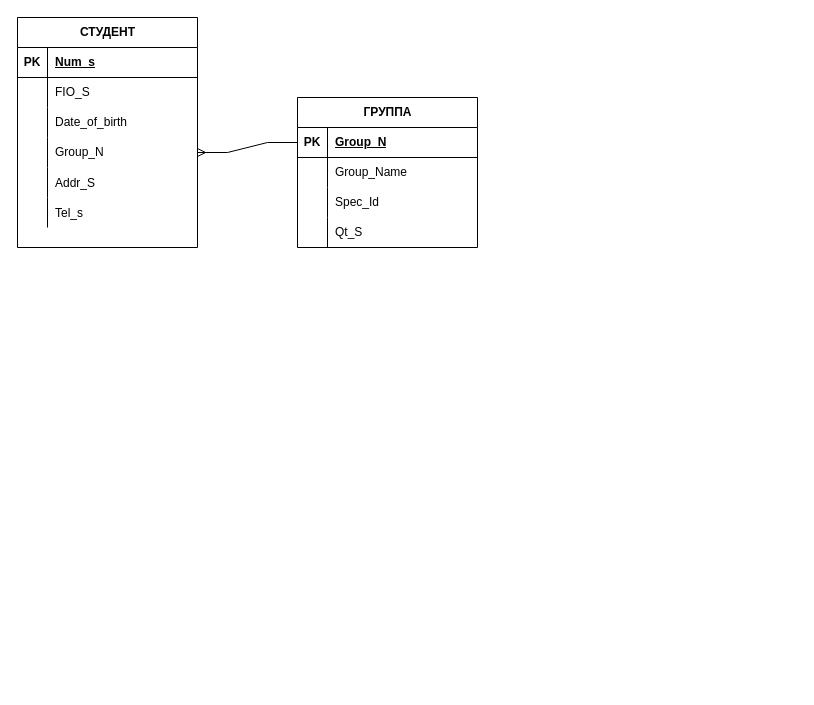
This is Untitled Diagram.drawio from hc7/T2024, a draw.io file, before an edit. Source tidied: cells renumbered, new cells numbered last; positions are measured from the earlier drawing's top-left corner, leaving out a move shared by most shapes. Both pictures are drawn from the tidied source at 100%, with x=0, y=0 at pixel (17, 17).
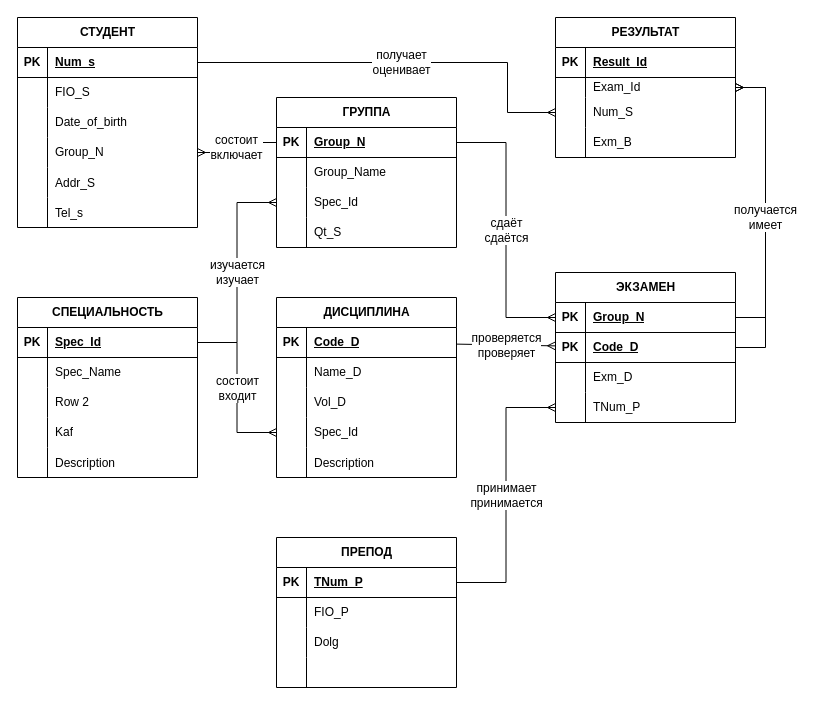
The same page after the edit.

The change refers to these unchanged cells:
```xml
<mxCell id="3" style="shape=tableRow;horizontal=0;startSize=0;swimlaneHead=0;swimlaneBody=0;fillColor=none;points=[[0,0.5],[1,0.5]];portConstraint=eastwest;top=0;left=0;right=0;bottom=1;" parent="2" vertex="1">
  <mxGeometry y="30" width="180" height="30" as="geometry" />
</mxCell>
<mxCell id="12" style="shape=tableRow;horizontal=0;startSize=0;swimlaneHead=0;swimlaneBody=0;fillColor=none;points=[[0,0.5],[1,0.5]];portConstraint=eastwest;top=0;left=0;right=0;bottom=0;" parent="2" vertex="1">
  <mxGeometry y="120" width="180" height="30" as="geometry" />
</mxCell>
<mxCell id="22" style="shape=tableRow;horizontal=0;startSize=0;swimlaneHead=0;swimlaneBody=0;fillColor=none;points=[[0,0.5],[1,0.5]];portConstraint=eastwest;top=0;left=0;right=0;bottom=1;" parent="21" vertex="1">
  <mxGeometry y="30" width="180" height="30" as="geometry" />
</mxCell>
<mxCell id="28" style="shape=tableRow;horizontal=0;startSize=0;swimlaneHead=0;swimlaneBody=0;fillColor=none;points=[[0,0.5],[1,0.5]];portConstraint=eastwest;top=0;left=0;right=0;bottom=0;" parent="21" vertex="1">
  <mxGeometry y="90" width="180" height="30" as="geometry" />
</mxCell>
```

Change to the diagram source:
```diff
@@
     <mxCell id="2" value="СТУДЕНТ" style="shape=table;startSize=30;childLayout=tableLayout;rowLines=0;fontStyle=1;align=center;html=1;" parent="1" vertex="1">
-      <mxGeometry width="180" height="230" as="geometry" />
+      <mxGeometry width="180" height="210" as="geometry" />
     </mxCell>
@@
     <mxCell id="21" value="ГРУППА" style="shape=table;startSize=30;childLayout=tableLayout;rowLines=0;fontStyle=1;align=center;html=1;" parent="1" vertex="1">
-      <mxGeometry x="280" y="80" width="180" height="150" as="geometry" />
+      <mxGeometry x="259" y="80" width="180" height="150" as="geometry" />
     </mxCell>
@@
-    <mxCell id="34" style="edgeStyle=entityRelationEdgeStyle;fontSize=12;html=1;endArrow=ERmany;rounded=0;" parent="1" edge="1" source="22" target="12">
+    <mxCell id="34" value="состоит&lt;div&gt;включает&lt;/div&gt;" style="edgeStyle=entityRelationEdgeStyle;fontSize=12;html=1;endArrow=ERmany;rounded=0;" parent="1" edge="1" source="22" target="12">
       <mxGeometry relative="1" as="geometry" />
     </mxCell>
+    <mxCell id="35" value="СПЕЦИАЛЬНОСТЬ" style="shape=table;startSize=30;childLayout=tableLayout;rowLines=0;fontStyle=1;align=center;html=1;" parent="1" vertex="1">
+      <mxGeometry y="280" width="180" height="180" as="geometry" />
+    </mxCell>
+    <mxCell id="36" style="shape=tableRow;horizontal=0;startSize=0;swimlaneHead=0;swimlaneBody=0;fillColor=none;points=[[0,0.5],[1,0.5]];portConstraint=eastwest;top=0;left=0;right=0;bottom=1;" parent="35" vertex="1">
+      <mxGeometry y="30" width="180" height="30" as="geometry" />
+    </mxCell>
+    <mxCell id="37" value="PK" style="shape=partialRectangle;fillColor=none;top=0;left=0;bottom=0;right=0;fontStyle=1;overflow=hidden;whiteSpace=wrap;html=1;" parent="36" vertex="1">
+      <mxGeometry width="30" height="30" as="geometry" />
+    </mxCell>
+    <mxCell id="38" value="Spec_Id" style="shape=partialRectangle;fillColor=none;top=0;left=0;bottom=0;right=0;align=left;spacingLeft=6;fontStyle=5;overflow=hidden;whiteSpace=wrap;html=1;" parent="36" vertex="1">
+      <mxGeometry x="30" width="150" height="30" as="geometry" />
+    </mxCell>
+    <mxCell id="39" style="shape=tableRow;horizontal=0;startSize=0;swimlaneHead=0;swimlaneBody=0;fillColor=none;top=0;left=0;right=0;bottom=0;" parent="35" vertex="1">
+      <mxGeometry y="60" width="180" height="30" as="geometry" />
+    </mxCell>
+    <mxCell id="40" style="shape=partialRectangle;fillColor=none;top=0;left=0;bottom=0;right=0;overflow=hidden;whiteSpace=wrap;html=1;" parent="39" vertex="1">
+      <mxGeometry width="30" height="30" as="geometry" />
+    </mxCell>
+    <mxCell id="41" value="Spec_Name" style="shape=partialRectangle;fillColor=none;top=0;left=0;bottom=0;right=0;align=left;spacingLeft=6;overflow=hidden;whiteSpace=wrap;html=1;" parent="39" vertex="1">
+      <mxGeometry x="30" width="150" height="30" as="geometry" />
+    </mxCell>
+    <mxCell id="42" style="shape=tableRow;horizontal=0;startSize=0;swimlaneHead=0;swimlaneBody=0;fillColor=none;top=0;left=0;right=0;bottom=0;" parent="35" vertex="1">
+      <mxGeometry y="90" width="180" height="30" as="geometry" />
+    </mxCell>
+    <mxCell id="43" style="shape=partialRectangle;fillColor=none;top=0;left=0;bottom=0;right=0;overflow=hidden;whiteSpace=wrap;html=1;" parent="42" vertex="1">
+      <mxGeometry width="30" height="30" as="geometry" />
+    </mxCell>
+    <mxCell id="44" value="Row 2" style="shape=partialRectangle;fillColor=none;top=0;left=0;bottom=0;right=0;align=left;spacingLeft=6;overflow=hidden;whiteSpace=wrap;html=1;" parent="42" vertex="1">
+      <mxGeometry x="30" width="150" height="30" as="geometry" />
+    </mxCell>
+    <mxCell id="45" style="shape=tableRow;horizontal=0;startSize=0;swimlaneHead=0;swimlaneBody=0;fillColor=none;top=0;left=0;right=0;bottom=0;" parent="35" vertex="1">
+      <mxGeometry y="120" width="180" height="30" as="geometry" />
+    </mxCell>
+    <mxCell id="46" style="shape=partialRectangle;fillColor=none;top=0;left=0;bottom=0;right=0;overflow=hidden;whiteSpace=wrap;html=1;" parent="45" vertex="1">
+      <mxGeometry width="30" height="30" as="geometry" />
+    </mxCell>
+    <mxCell id="47" value="Kaf" style="shape=partialRectangle;fillColor=none;top=0;left=0;bottom=0;right=0;align=left;spacingLeft=6;overflow=hidden;whiteSpace=wrap;html=1;" parent="45" vertex="1">
+      <mxGeometry x="30" width="150" height="30" as="geometry" />
+    </mxCell>
+    <mxCell id="48" style="shape=tableRow;horizontal=0;startSize=0;swimlaneHead=0;swimlaneBody=0;fillColor=none;top=0;left=0;right=0;bottom=0;" parent="35" vertex="1">
+      <mxGeometry y="150" width="180" height="30" as="geometry" />
+    </mxCell>
+    <mxCell id="49" style="shape=partialRectangle;fillColor=none;top=0;left=0;bottom=0;right=0;overflow=hidden;" parent="48" vertex="1">
+      <mxGeometry width="30" height="30" as="geometry" />
+    </mxCell>
+    <mxCell id="50" value="Description" style="shape=partialRectangle;fillColor=none;top=0;left=0;bottom=0;right=0;align=left;spacingLeft=6;overflow=hidden;" parent="48" vertex="1">
+      <mxGeometry x="30" width="150" height="30" as="geometry" />
+    </mxCell>
+    <mxCell id="51" value="изучается&lt;div&gt;изучает&lt;/div&gt;" style="edgeStyle=orthogonalEdgeStyle;fontSize=12;html=1;endArrow=ERmany;rounded=0;" parent="1" edge="1" source="36" target="28">
+      <mxGeometry relative="1" as="geometry" />
+    </mxCell>
+    <mxCell id="52" value="ДИСЦИПЛИНА" style="shape=table;startSize=30;childLayout=tableLayout;rowLines=0;fontStyle=1;align=center;html=1;" parent="1" vertex="1">
+      <mxGeometry x="259" y="280" width="180" height="180" as="geometry" />
+    </mxCell>
+    <mxCell id="53" style="shape=tableRow;horizontal=0;startSize=0;swimlaneHead=0;swimlaneBody=0;fillColor=none;points=[[0,0.5],[1,0.5]];portConstraint=eastwest;top=0;left=0;right=0;bottom=1;" parent="52" vertex="1">
+      <mxGeometry y="30" width="180" height="30" as="geometry" />
+    </mxCell>
+    <mxCell id="54" value="PK" style="shape=partialRectangle;fillColor=none;top=0;left=0;bottom=0;right=0;fontStyle=1;overflow=hidden;whiteSpace=wrap;html=1;" parent="53" vertex="1">
+      <mxGeometry width="30" height="30" as="geometry" />
+    </mxCell>
+    <mxCell id="55" value="Code_D" style="shape=partialRectangle;fillColor=none;top=0;left=0;bottom=0;right=0;align=left;spacingLeft=6;fontStyle=5;overflow=hidden;whiteSpace=wrap;html=1;" parent="53" vertex="1">
+      <mxGeometry x="30" width="150" height="30" as="geometry" />
+    </mxCell>
+    <mxCell id="56" style="shape=tableRow;horizontal=0;startSize=0;swimlaneHead=0;swimlaneBody=0;fillColor=none;top=0;left=0;right=0;bottom=0;" parent="52" vertex="1">
+      <mxGeometry y="60" width="180" height="30" as="geometry" />
+    </mxCell>
+    <mxCell id="57" style="shape=partialRectangle;fillColor=none;top=0;left=0;bottom=0;right=0;overflow=hidden;whiteSpace=wrap;html=1;" parent="56" vertex="1">
+      <mxGeometry width="30" height="30" as="geometry" />
+    </mxCell>
+    <mxCell id="58" value="Name_D" style="shape=partialRectangle;fillColor=none;top=0;left=0;bottom=0;right=0;align=left;spacingLeft=6;overflow=hidden;whiteSpace=wrap;html=1;" parent="56" vertex="1">
+      <mxGeometry x="30" width="150" height="30" as="geometry" />
+    </mxCell>
+    <mxCell id="59" style="shape=tableRow;horizontal=0;startSize=0;swimlaneHead=0;swimlaneBody=0;fillColor=none;top=0;left=0;right=0;bottom=0;" parent="52" vertex="1">
+      <mxGeometry y="90" width="180" height="30" as="geometry" />
+    </mxCell>
+    <mxCell id="60" style="shape=partialRectangle;fillColor=none;top=0;left=0;bottom=0;right=0;overflow=hidden;whiteSpace=wrap;html=1;" parent="59" vertex="1">
+      <mxGeometry width="30" height="30" as="geometry" />
+    </mxCell>
+    <mxCell id="61" value="Vol_D" style="shape=partialRectangle;fillColor=none;top=0;left=0;bottom=0;right=0;align=left;spacingLeft=6;overflow=hidden;whiteSpace=wrap;html=1;" parent="59" vertex="1">
+      <mxGeometry x="30" width="150" height="30" as="geometry" />
+    </mxCell>
+    <mxCell id="62" style="shape=tableRow;horizontal=0;startSize=0;swimlaneHead=0;swimlaneBody=0;fillColor=none;points=[[0,0.5],[1,0.5]];portConstraint=eastwest;top=0;left=0;right=0;bottom=0;" parent="52" vertex="1">
+      <mxGeometry y="120" width="180" height="30" as="geometry" />
+    </mxCell>
+    <mxCell id="63" style="shape=partialRectangle;fillColor=none;top=0;left=0;bottom=0;right=0;overflow=hidden;whiteSpace=wrap;html=1;" parent="62" vertex="1">
+      <mxGeometry width="30" height="30" as="geometry" />
+    </mxCell>
+    <mxCell id="64" value="Spec_Id" style="shape=partialRectangle;fillColor=none;top=0;left=0;bottom=0;right=0;align=left;spacingLeft=6;overflow=hidden;whiteSpace=wrap;html=1;" parent="62" vertex="1">
+      <mxGeometry x="30" width="150" height="30" as="geometry" />
+    </mxCell>
+    <mxCell id="65" style="shape=tableRow;horizontal=0;startSize=0;swimlaneHead=0;swimlaneBody=0;fillColor=none;top=0;left=0;right=0;bottom=0;" parent="52" vertex="1">
+      <mxGeometry y="150" width="180" height="30" as="geometry" />
+    </mxCell>
+    <mxCell id="66" style="shape=partialRectangle;fillColor=none;top=0;left=0;bottom=0;right=0;overflow=hidden;" parent="65" vertex="1">
+      <mxGeometry width="30" height="30" as="geometry" />
+    </mxCell>
+    <mxCell id="67" value="Description" style="shape=partialRectangle;fillColor=none;top=0;left=0;bottom=0;right=0;align=left;spacingLeft=6;overflow=hidden;" parent="65" vertex="1">
+      <mxGeometry x="30" width="150" height="30" as="geometry" />
+    </mxCell>
+    <mxCell id="68" value="состоит&lt;div&gt;входит&lt;/div&gt;" style="edgeStyle=orthogonalEdgeStyle;fontSize=12;html=1;endArrow=ERmany;rounded=0;" parent="1" edge="1" source="36" target="62">
+      <mxGeometry relative="1" as="geometry" />
+    </mxCell>
+    <mxCell id="69" value="ПРЕПОД" style="shape=table;startSize=30;childLayout=tableLayout;rowLines=0;fontStyle=1;align=center;html=1;" parent="1" vertex="1">
+      <mxGeometry x="259" y="520" width="180" height="150" as="geometry" />
+    </mxCell>
+    <mxCell id="70" style="shape=tableRow;horizontal=0;startSize=0;swimlaneHead=0;swimlaneBody=0;fillColor=none;points=[[0,0.5],[1,0.5]];portConstraint=eastwest;top=0;left=0;right=0;bottom=1;" parent="69" vertex="1">
+      <mxGeometry y="30" width="180" height="30" as="geometry" />
+    </mxCell>
+    <mxCell id="71" value="PK" style="shape=partialRectangle;fillColor=none;top=0;left=0;bottom=0;right=0;fontStyle=1;overflow=hidden;whiteSpace=wrap;html=1;" parent="70" vertex="1">
+      <mxGeometry width="30" height="30" as="geometry" />
+    </mxCell>
+    <mxCell id="72" value="TNum_P" style="shape=partialRectangle;fillColor=none;top=0;left=0;bottom=0;right=0;align=left;spacingLeft=6;fontStyle=5;overflow=hidden;whiteSpace=wrap;html=1;" parent="70" vertex="1">
+      <mxGeometry x="30" width="150" height="30" as="geometry" />
+    </mxCell>
+    <mxCell id="73" style="shape=tableRow;horizontal=0;startSize=0;swimlaneHead=0;swimlaneBody=0;fillColor=none;top=0;left=0;right=0;bottom=0;" parent="69" vertex="1">
+      <mxGeometry y="60" width="180" height="30" as="geometry" />
+    </mxCell>
+    <mxCell id="74" style="shape=partialRectangle;fillColor=none;top=0;left=0;bottom=0;right=0;overflow=hidden;whiteSpace=wrap;html=1;" parent="73" vertex="1">
+      <mxGeometry width="30" height="30" as="geometry" />
+    </mxCell>
+    <mxCell id="75" value="FIO_P" style="shape=partialRectangle;fillColor=none;top=0;left=0;bottom=0;right=0;align=left;spacingLeft=6;overflow=hidden;whiteSpace=wrap;html=1;" parent="73" vertex="1">
+      <mxGeometry x="30" width="150" height="30" as="geometry" />
+    </mxCell>
+    <mxCell id="76" style="shape=tableRow;horizontal=0;startSize=0;swimlaneHead=0;swimlaneBody=0;fillColor=none;top=0;left=0;right=0;bottom=0;" parent="69" vertex="1">
+      <mxGeometry y="90" width="180" height="30" as="geometry" />
+    </mxCell>
+    <mxCell id="77" style="shape=partialRectangle;fillColor=none;top=0;left=0;bottom=0;right=0;overflow=hidden;whiteSpace=wrap;html=1;" parent="76" vertex="1">
+      <mxGeometry width="30" height="30" as="geometry" />
+    </mxCell>
+    <mxCell id="78" value="Dolg" style="shape=partialRectangle;fillColor=none;top=0;left=0;bottom=0;right=0;align=left;spacingLeft=6;overflow=hidden;whiteSpace=wrap;html=1;" parent="76" vertex="1">
+      <mxGeometry x="30" width="150" height="30" as="geometry" />
+    </mxCell>
+    <mxCell id="79" style="shape=tableRow;horizontal=0;startSize=0;swimlaneHead=0;swimlaneBody=0;fillColor=none;top=0;left=0;right=0;bottom=0;" parent="69" vertex="1">
+      <mxGeometry y="120" width="180" height="30" as="geometry" />
+    </mxCell>
+    <mxCell id="80" style="shape=partialRectangle;fillColor=none;top=0;left=0;bottom=0;right=0;overflow=hidden;whiteSpace=wrap;html=1;" parent="79" vertex="1">
+      <mxGeometry width="30" height="30" as="geometry" />
+    </mxCell>
+    <mxCell id="81" style="shape=partialRectangle;fillColor=none;top=0;left=0;bottom=0;right=0;align=left;spacingLeft=6;overflow=hidden;whiteSpace=wrap;html=1;" parent="79" vertex="1">
+      <mxGeometry x="30" width="150" height="30" as="geometry" />
+    </mxCell>
+    <mxCell id="82" value="РЕЗУЛЬТАТ" style="shape=table;startSize=30;childLayout=tableLayout;rowLines=0;fontStyle=1;align=center;html=1;" parent="1" vertex="1">
+      <mxGeometry x="538" width="180" height="140" as="geometry" />
+    </mxCell>
+    <mxCell id="83" style="shape=tableRow;horizontal=0;startSize=0;swimlaneHead=0;swimlaneBody=0;fillColor=none;top=0;left=0;right=0;bottom=1;" parent="82" vertex="1">
+      <mxGeometry y="30" width="180" height="30" as="geometry" />
+    </mxCell>
+    <mxCell id="84" value="PK" style="shape=partialRectangle;fillColor=none;top=0;left=0;bottom=0;right=0;fontStyle=1;overflow=hidden;whiteSpace=wrap;html=1;" parent="83" vertex="1">
+      <mxGeometry width="30" height="30" as="geometry" />
+    </mxCell>
+    <mxCell id="85" value="Result_Id" style="shape=partialRectangle;fillColor=none;top=0;left=0;bottom=0;right=0;align=left;spacingLeft=6;fontStyle=5;overflow=hidden;whiteSpace=wrap;html=1;" parent="83" vertex="1">
+      <mxGeometry x="30" width="150" height="30" as="geometry" />
+    </mxCell>
+    <mxCell id="86" style="shape=tableRow;horizontal=0;startSize=0;swimlaneHead=0;swimlaneBody=0;fillColor=none;points=[[0,0.5],[1,0.5]];portConstraint=eastwest;top=0;left=0;right=0;bottom=0;" parent="82" vertex="1">
+      <mxGeometry y="60" width="180" height="20" as="geometry" />
+    </mxCell>
+    <mxCell id="87" style="shape=partialRectangle;fillColor=none;top=0;left=0;bottom=0;right=0;overflow=hidden;whiteSpace=wrap;html=1;" parent="86" vertex="1">
+      <mxGeometry width="30" height="20" as="geometry" />
+    </mxCell>
+    <mxCell id="88" value="Exam_Id" style="shape=partialRectangle;fillColor=none;top=0;left=0;bottom=0;right=0;align=left;spacingLeft=6;overflow=hidden;whiteSpace=wrap;html=1;" parent="86" vertex="1">
+      <mxGeometry x="30" width="150" height="20" as="geometry" />
+    </mxCell>
+    <mxCell id="89" style="shape=tableRow;horizontal=0;startSize=0;swimlaneHead=0;swimlaneBody=0;fillColor=none;points=[[0,0.5],[1,0.5]];portConstraint=eastwest;top=0;left=0;right=0;bottom=0;" parent="82" vertex="1">
+      <mxGeometry y="80" width="180" height="30" as="geometry" />
+    </mxCell>
+    <mxCell id="90" style="shape=partialRectangle;fillColor=none;top=0;left=0;bottom=0;right=0;overflow=hidden;whiteSpace=wrap;html=1;" parent="89" vertex="1">
+      <mxGeometry width="30" height="30" as="geometry" />
+    </mxCell>
+    <mxCell id="91" value="Num_S" style="shape=partialRectangle;fillColor=none;top=0;left=0;bottom=0;right=0;align=left;spacingLeft=6;overflow=hidden;whiteSpace=wrap;html=1;" parent="89" vertex="1">
+      <mxGeometry x="30" width="150" height="30" as="geometry" />
+    </mxCell>
+    <mxCell id="92" style="shape=tableRow;horizontal=0;startSize=0;swimlaneHead=0;swimlaneBody=0;fillColor=none;top=0;left=0;right=0;bottom=0;" parent="82" vertex="1">
+      <mxGeometry y="110" width="180" height="30" as="geometry" />
+    </mxCell>
+    <mxCell id="93" style="shape=partialRectangle;fillColor=none;top=0;left=0;bottom=0;right=0;overflow=hidden;whiteSpace=wrap;html=1;" parent="92" vertex="1">
+      <mxGeometry width="30" height="30" as="geometry" />
+    </mxCell>
+    <mxCell id="94" value="Exm_B" style="shape=partialRectangle;fillColor=none;top=0;left=0;bottom=0;right=0;align=left;spacingLeft=6;overflow=hidden;whiteSpace=wrap;html=1;" parent="92" vertex="1">
+      <mxGeometry x="30" width="150" height="30" as="geometry" />
+    </mxCell>
+    <mxCell id="95" value="получает&lt;div&gt;оценивает&lt;/div&gt;" style="fontSize=12;html=1;endArrow=ERmany;rounded=0;edgeStyle=orthogonalEdgeStyle;" parent="1" edge="1" source="3" target="89">
+      <mxGeometry relative="1" as="geometry">
+        <Array as="points">
+          <mxPoint x="490" y="45" />
+          <mxPoint x="490" y="95" />
+        </Array>
+      </mxGeometry>
+    </mxCell>
+    <mxCell id="96" value="ЭКЗАМЕН" style="shape=table;startSize=30;childLayout=tableLayout;rowLines=0;fontStyle=1;align=center;html=1;" parent="1" vertex="1">
+      <mxGeometry x="538" y="255" width="180" height="150" as="geometry" />
+    </mxCell>
+    <mxCell id="97" style="shape=tableRow;horizontal=0;startSize=0;swimlaneHead=0;swimlaneBody=0;fillColor=none;points=[[0,0.5],[1,0.5]];portConstraint=eastwest;top=0;left=0;right=0;bottom=1;" parent="96" vertex="1">
+      <mxGeometry y="30" width="180" height="30" as="geometry" />
+    </mxCell>
+    <mxCell id="98" value="PK" style="shape=partialRectangle;fillColor=none;top=0;left=0;bottom=0;right=0;fontStyle=1;overflow=hidden;whiteSpace=wrap;html=1;" parent="97" vertex="1">
+      <mxGeometry width="30" height="30" as="geometry" />
+    </mxCell>
+    <mxCell id="99" value="Group_N" style="shape=partialRectangle;fillColor=none;top=0;left=0;bottom=0;right=0;align=left;spacingLeft=6;fontStyle=5;overflow=hidden;whiteSpace=wrap;html=1;" parent="97" vertex="1">
+      <mxGeometry x="30" width="150" height="30" as="geometry" />
+    </mxCell>
+    <mxCell id="100" style="shape=tableRow;horizontal=0;startSize=0;swimlaneHead=0;swimlaneBody=0;fillColor=none;points=[[0,0.5],[1,0.5]];portConstraint=eastwest;top=0;left=0;right=0;bottom=1;" parent="96" vertex="1">
+      <mxGeometry y="60" width="180" height="30" as="geometry" />
+    </mxCell>
+    <mxCell id="101" value="PK" style="shape=partialRectangle;fillColor=none;top=0;left=0;bottom=0;right=0;fontStyle=1;overflow=hidden;whiteSpace=wrap;html=1;" parent="100" vertex="1">
+      <mxGeometry width="30" height="30" as="geometry" />
+    </mxCell>
+    <mxCell id="102" value="Code_D" style="shape=partialRectangle;fillColor=none;top=0;left=0;bottom=0;right=0;align=left;spacingLeft=6;fontStyle=5;overflow=hidden;whiteSpace=wrap;html=1;" parent="100" vertex="1">
+      <mxGeometry x="30" width="150" height="30" as="geometry" />
+    </mxCell>
+    <mxCell id="103" style="shape=tableRow;horizontal=0;startSize=0;swimlaneHead=0;swimlaneBody=0;fillColor=none;top=0;left=0;right=0;bottom=0;" parent="96" vertex="1">
+      <mxGeometry y="90" width="180" height="30" as="geometry" />
+    </mxCell>
+    <mxCell id="104" style="shape=partialRectangle;fillColor=none;top=0;left=0;bottom=0;right=0;overflow=hidden;whiteSpace=wrap;html=1;" parent="103" vertex="1">
+      <mxGeometry width="30" height="30" as="geometry" />
+    </mxCell>
+    <mxCell id="105" value="Exm_D" style="shape=partialRectangle;fillColor=none;top=0;left=0;bottom=0;right=0;align=left;spacingLeft=6;overflow=hidden;whiteSpace=wrap;html=1;" parent="103" vertex="1">
+      <mxGeometry x="30" width="150" height="30" as="geometry" />
+    </mxCell>
+    <mxCell id="106" style="shape=tableRow;horizontal=0;startSize=0;swimlaneHead=0;swimlaneBody=0;fillColor=none;points=[[0,0.5],[1,0.5]];portConstraint=eastwest;top=0;left=0;right=0;bottom=0;" parent="96" vertex="1">
+      <mxGeometry y="120" width="180" height="30" as="geometry" />
+    </mxCell>
+    <mxCell id="107" style="shape=partialRectangle;fillColor=none;top=0;left=0;bottom=0;right=0;overflow=hidden;whiteSpace=wrap;html=1;" parent="106" vertex="1">
+      <mxGeometry width="30" height="30" as="geometry" />
+    </mxCell>
+    <mxCell id="108" value="TNum_P" style="shape=partialRectangle;fillColor=none;top=0;left=0;bottom=0;right=0;align=left;spacingLeft=6;overflow=hidden;whiteSpace=wrap;html=1;" parent="106" vertex="1">
+      <mxGeometry x="30" width="150" height="30" as="geometry" />
+    </mxCell>
+    <mxCell id="109" value="принимает&lt;div&gt;принимается&lt;/div&gt;" style="edgeStyle=orthogonalEdgeStyle;fontSize=12;html=1;endArrow=ERmany;rounded=0;" parent="1" edge="1" source="70" target="106">
+      <mxGeometry relative="1" as="geometry" />
+    </mxCell>
+    <mxCell id="110" value="сдаёт&lt;div&gt;сдаётся&lt;/div&gt;" style="fontSize=12;html=1;endArrow=ERmany;rounded=0;edgeStyle=orthogonalEdgeStyle;" parent="1" edge="1" source="22" target="97">
+      <mxGeometry relative="1" as="geometry" />
+    </mxCell>
+    <mxCell id="111" value="проверяется&lt;div&gt;проверяет&lt;/div&gt;" style="fontSize=12;html=1;endArrow=ERmany;rounded=0;" parent="1" edge="1" source="53" target="100">
+      <mxGeometry relative="1" as="geometry" />
+    </mxCell>
+    <mxCell id="112" style="edgeStyle=entityRelationEdgeStyle;fontSize=12;html=1;endArrow=ERmany;rounded=0;" parent="1" edge="1" source="97" target="86">
+      <mxGeometry relative="1" as="geometry" />
+    </mxCell>
+    <mxCell id="113" value="получается&lt;div&gt;имеет&lt;/div&gt;" style="edgeStyle=entityRelationEdgeStyle;fontSize=12;html=1;endArrow=ERmany;rounded=0;" parent="1" edge="1" source="100" target="86">
+      <mxGeometry relative="1" as="geometry" />
+    </mxCell>
```
